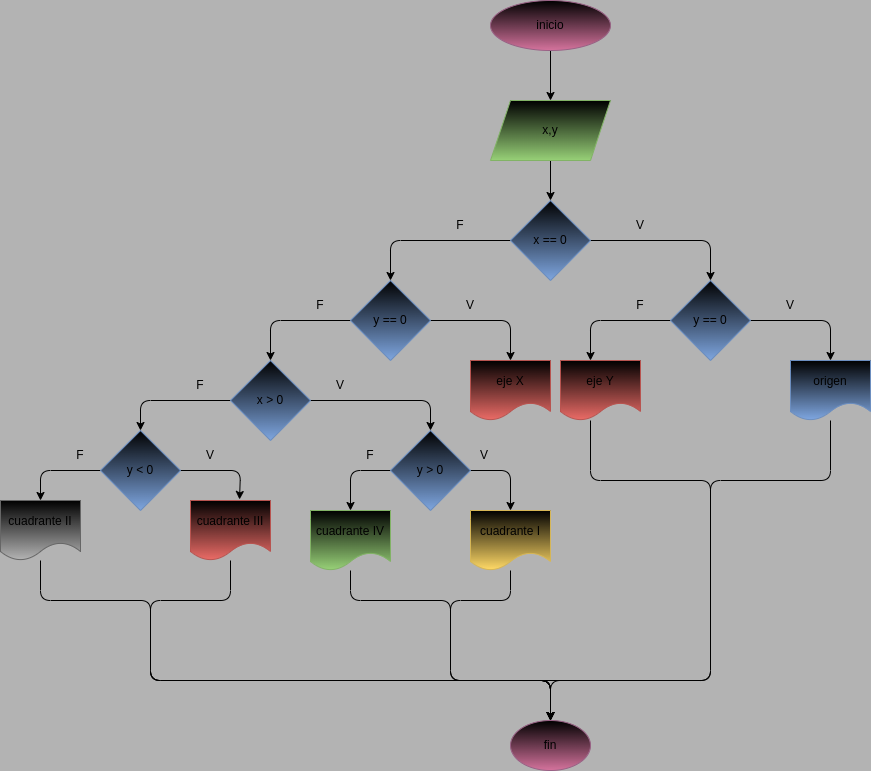
Before: diagrama.png, a diagram exported from draw.io (GeorginaCarvajal/taller_condicionales). Source tidied: cells renumbered, new cells last; positions are measured from the earlier drawing's top-left corner, leaving out a move shared by most shapes.
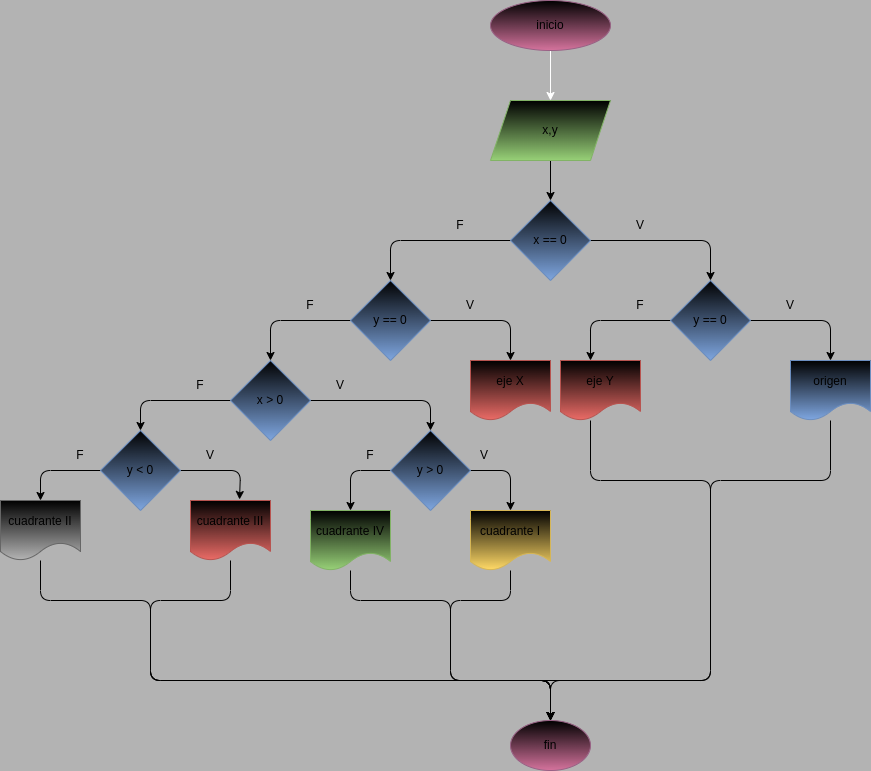
After the change.

Change to the diagram source:
```diff
@@ -2,7 +2,7 @@
   <root>
     <mxCell id="0" />
     <mxCell id="1" parent="0" />
-    <mxCell id="2" style="edgeStyle=none;html=1;entryX=0.5;entryY=0;entryDx=0;entryDy=0;" parent="1" edge="1" source="3" target="5">
+    <mxCell id="2" style="edgeStyle=none;html=1;entryX=0.5;entryY=0;entryDx=0;entryDy=0;strokeColor=#FFFFFF;" parent="1" edge="1" source="3" target="5">
       <mxGeometry relative="1" as="geometry" />
     </mxCell>
     <mxCell id="3" value="inicio" style="ellipse;whiteSpace=wrap;html=1;fillColor=#000000;gradientColor=#d5739d;strokeColor=#996185;" parent="1" vertex="1">
@@ -60,7 +60,7 @@
       </mxGeometry>
     </mxCell>
     <mxCell id="12" value="F" style="text;strokeColor=none;align=center;fillColor=none;html=1;verticalAlign=middle;whiteSpace=wrap;rounded=0;" parent="1" vertex="1">
-      <mxGeometry x="290" y="290" width="60" height="30" as="geometry" />
+      <mxGeometry x="280" y="290" width="60" height="30" as="geometry" />
     </mxCell>
     <mxCell id="13" value="V" style="text;strokeColor=none;align=center;fillColor=none;html=1;verticalAlign=middle;whiteSpace=wrap;rounded=0;" parent="1" vertex="1">
       <mxGeometry x="440" y="290" width="60" height="30" as="geometry" />
```
